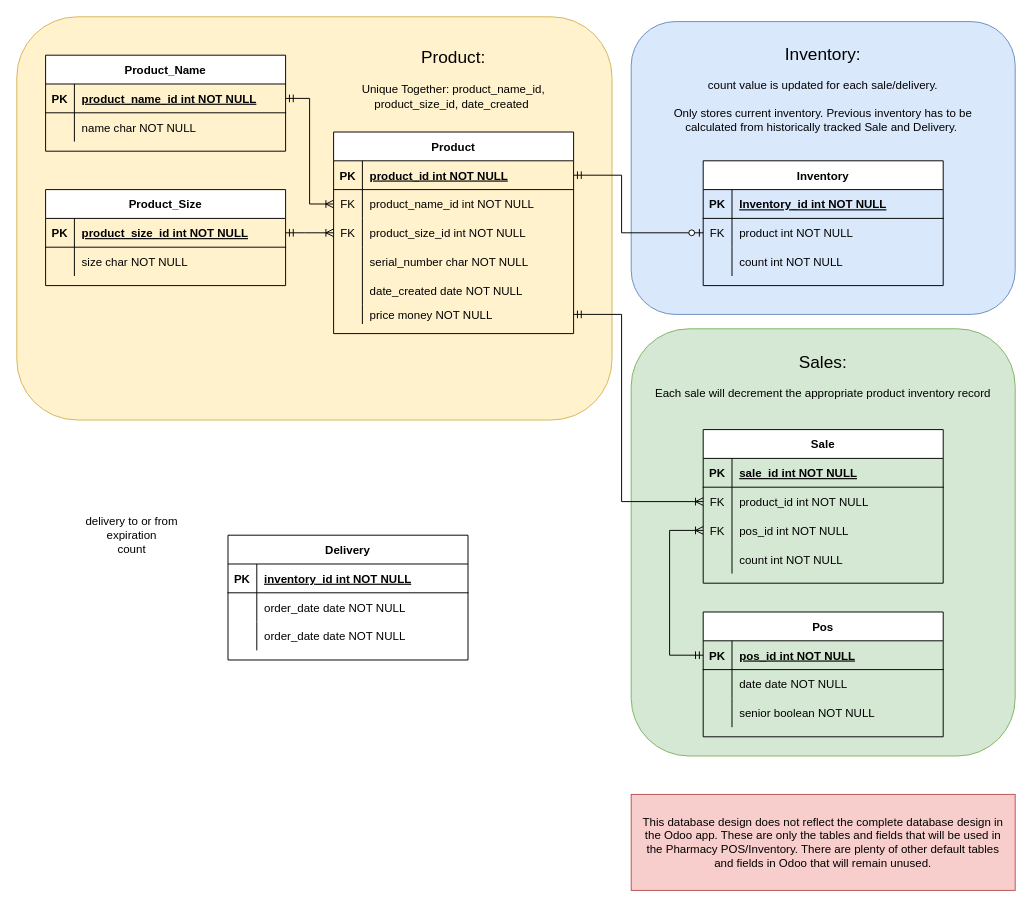
Above: db-design.drawio in thisLexic/pharma-pos (draw.io), before the change. Source tidied: cells renumbered, new cells numbered last; positions are measured from the earlier drawing's top-left corner, leaving out a move shared by most shapes. Both pictures are drawn from the tidied source at 96%, with x=0, y=0 at pixel (16, 16).
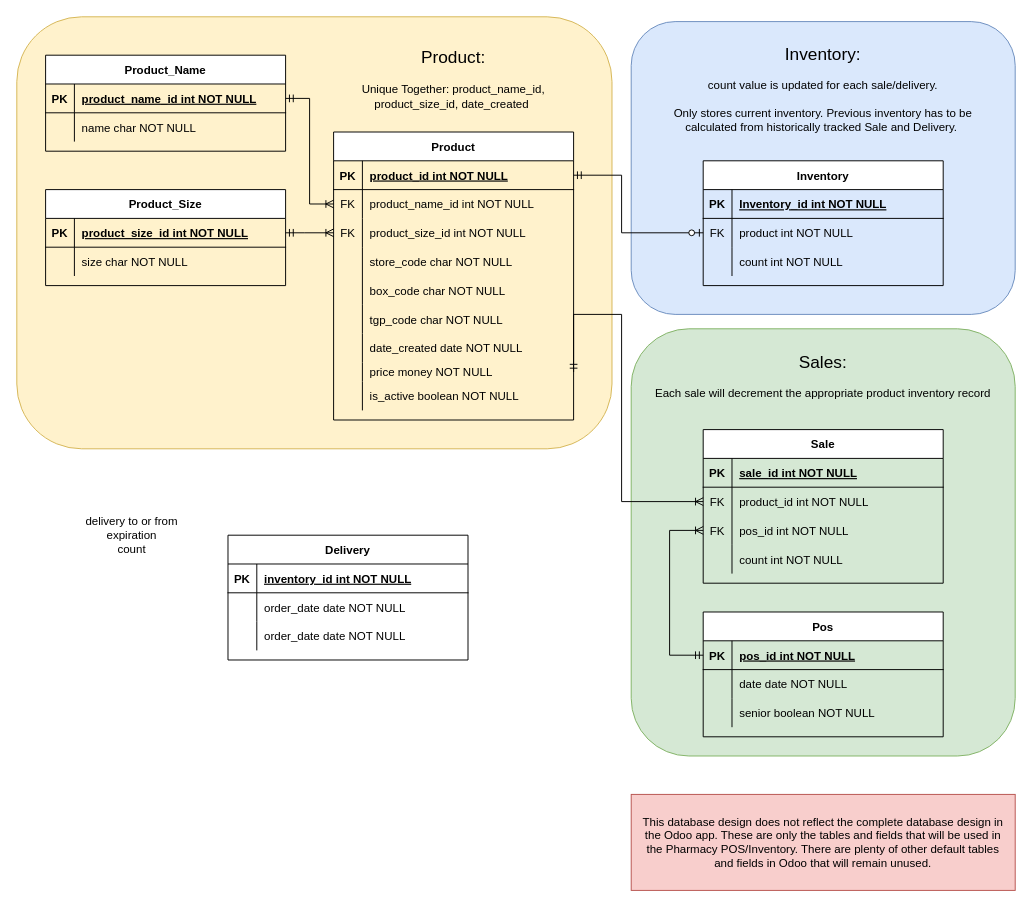
Above is the later version.

Commit message:
added more fields to Product

The change refers to these unchanged cells:
```xml
<mxCell id="46" style="shape=partialRectangle;fillColor=none;top=0;left=0;right=0;bottom=0;" parent="36" vertex="1">
  <mxGeometry y="120" width="250" height="30" as="geometry" />
</mxCell>
```

Change to the diagram source:
```diff
@@
     <mxCell id="5" style="rounded=1;whiteSpace=wrap;html=1;fillColor=#fff2cc;strokeColor=#d6b656;" parent="1" vertex="1">
-      <mxGeometry width="620" height="420" as="geometry" />
+      <mxGeometry width="620" height="450" as="geometry" />
     </mxCell>
@@
     <mxCell id="36" value="Product" style="shape=table;startSize=30;childLayout=tableLayout;rowLines=0;fontStyle=1;align=center;" parent="1" vertex="1">
-      <mxGeometry x="330" y="120" width="250" height="210" as="geometry" />
+      <mxGeometry x="330" y="120" width="250" height="300" as="geometry" />
     </mxCell>
@@
-    <mxCell id="48" value="serial_number char NOT NULL" style="shape=partialRectangle;overflow=hidden;fillColor=none;top=0;left=0;bottom=0;right=0;align=left;spacingLeft=6;" parent="46" vertex="1">
+    <mxCell id="48" value="store_code char NOT NULL" style="shape=partialRectangle;overflow=hidden;fillColor=none;top=0;left=0;bottom=0;right=0;align=left;spacingLeft=6;" parent="46" vertex="1">
       <mxGeometry x="30" width="220" height="30" as="geometry" />
     </mxCell>
+    <mxCell id="92" style="shape=partialRectangle;fillColor=none;top=0;left=0;right=0;bottom=0;" parent="36" vertex="1">
+      <mxGeometry y="150" width="250" height="30" as="geometry" />
+    </mxCell>
+    <mxCell id="93" style="shape=partialRectangle;overflow=hidden;fillColor=none;top=0;left=0;bottom=0;right=0;" parent="92" vertex="1">
+      <mxGeometry width="30" height="30" as="geometry" />
+    </mxCell>
+    <mxCell id="94" value="box_code char NOT NULL" style="shape=partialRectangle;overflow=hidden;fillColor=none;top=0;left=0;bottom=0;right=0;align=left;spacingLeft=6;" parent="92" vertex="1">
+      <mxGeometry x="30" width="220" height="30" as="geometry" />
+    </mxCell>
+    <mxCell id="95" style="shape=partialRectangle;fillColor=none;top=0;left=0;right=0;bottom=0;" parent="36" vertex="1">
+      <mxGeometry y="180" width="250" height="30" as="geometry" />
+    </mxCell>
+    <mxCell id="96" style="shape=partialRectangle;overflow=hidden;fillColor=none;top=0;left=0;bottom=0;right=0;" parent="95" vertex="1">
+      <mxGeometry width="30" height="30" as="geometry" />
+    </mxCell>
+    <mxCell id="97" value="tgp_code char NOT NULL" style="shape=partialRectangle;overflow=hidden;fillColor=none;top=0;left=0;bottom=0;right=0;align=left;spacingLeft=6;" parent="95" vertex="1">
+      <mxGeometry x="30" width="220" height="30" as="geometry" />
+    </mxCell>
     <mxCell id="49" style="shape=partialRectangle;fillColor=none;top=0;left=0;right=0;bottom=0;" parent="36" vertex="1">
-      <mxGeometry y="150" width="250" height="30" as="geometry" />
+      <mxGeometry y="210" width="250" height="30" as="geometry" />
     </mxCell>
@@
     <mxCell id="52" style="shape=partialRectangle;fillColor=none;points=[[0,0.5],[1,0.5]];portConstraint=eastwest;top=0;left=0;right=0;bottom=0;" parent="36" vertex="1">
-      <mxGeometry y="180" width="250" height="20" as="geometry" />
+      <mxGeometry y="240" width="250" height="20" as="geometry" />
     </mxCell>
@@
+    <mxCell id="98" style="shape=partialRectangle;fillColor=none;top=0;left=0;right=0;bottom=0;" parent="36" vertex="1">
+      <mxGeometry y="260" width="250" height="30" as="geometry" />
+    </mxCell>
+    <mxCell id="99" style="shape=partialRectangle;overflow=hidden;fillColor=none;top=0;left=0;bottom=0;right=0;" parent="98" vertex="1">
+      <mxGeometry width="30" height="30" as="geometry" />
+    </mxCell>
+    <mxCell id="100" value="is_active boolean NOT NULL" style="shape=partialRectangle;overflow=hidden;fillColor=none;top=0;left=0;bottom=0;right=0;align=left;spacingLeft=6;" parent="98" vertex="1">
+      <mxGeometry x="30" width="220" height="30" as="geometry" />
+    </mxCell>
```
